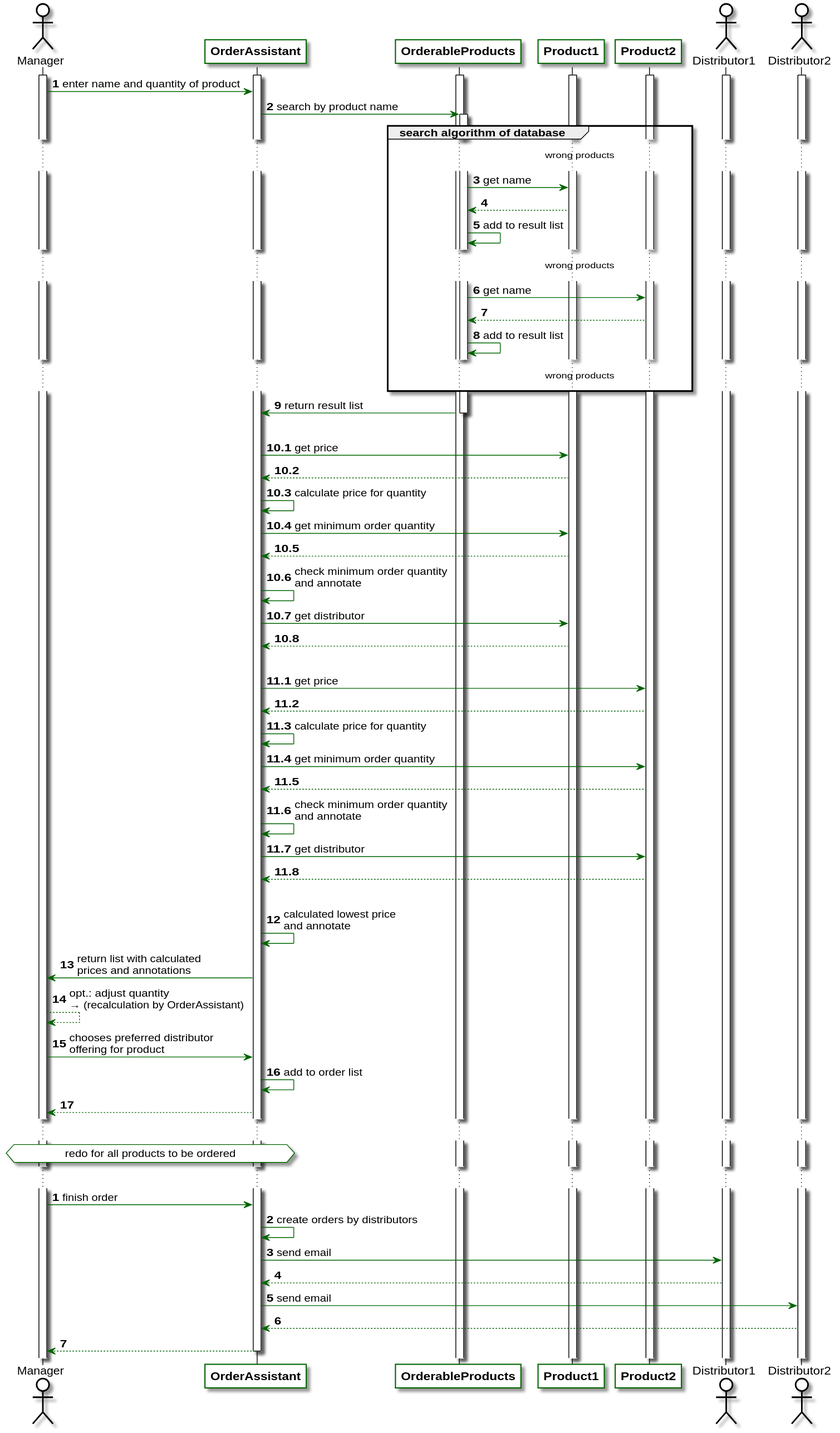
LimitlessGreen/swt18w43 keeps this PlantUML diagram as src/main/asciidoc/models/analysis/SequenceDiagrams/SequenceDiagram3.svg. Above is the earlier version.
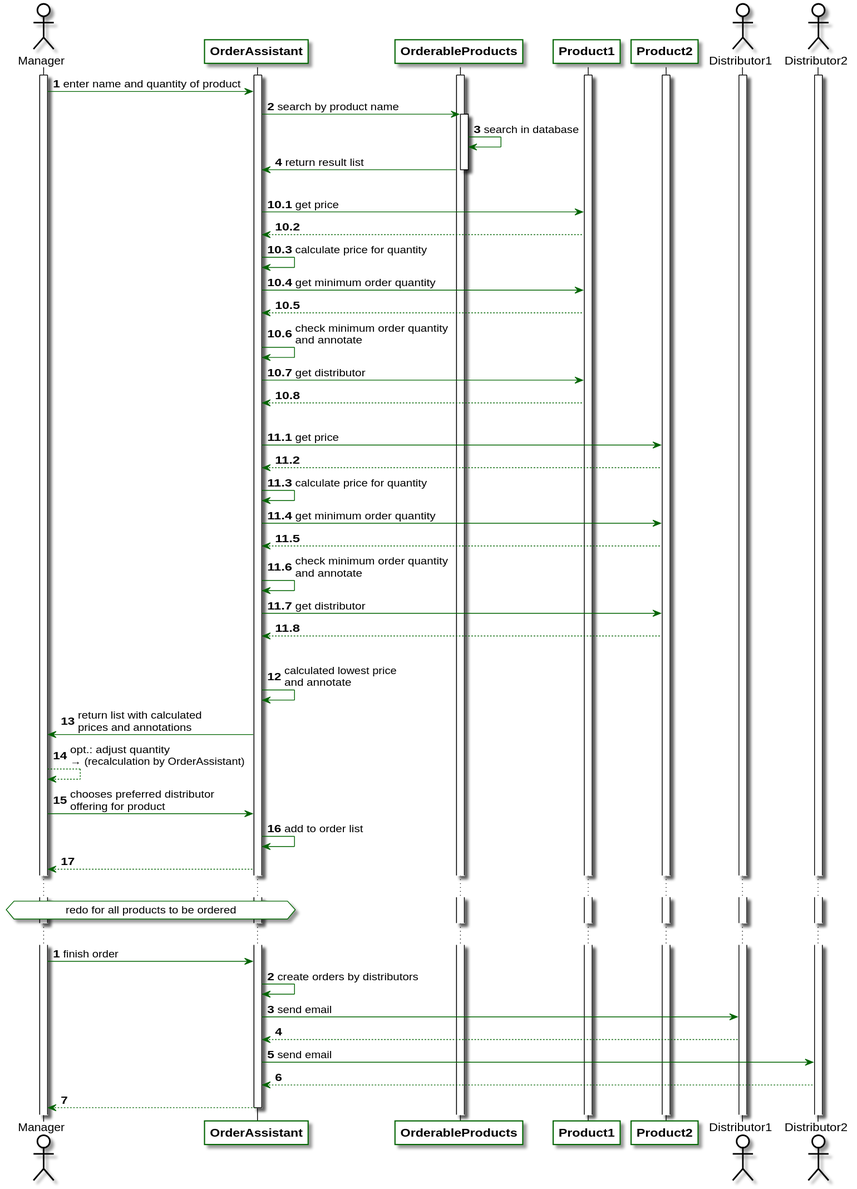
The same diagram one commit later.

Diff of the diagram source:
```diff
@@ -52,17 +52,9 @@
 Manager -> OrderAssistant: enter name and quantity of product
 OrderAssistant -> OrderableProducts: search by product name
 activate OrderableProducts
-group search algorithm of database
-    ...                                                                                                     wrong products...
-    OrderableProducts -> Product1: get name
-    OrderableProducts <-- Product1
-    OrderableProducts -> OrderableProducts: add to result list
-    ...                                                                                                     wrong products...
-    OrderableProducts -> Product2: get name
-    OrderableProducts <-- Product2
-    OrderableProducts -> OrderableProducts: add to result list
-    ...                                                                                                     wrong products...
-end
+
+OrderableProducts -> OrderableProducts: search in database
+
 OrderAssistant <- OrderableProducts: return result list
 deactivate OrderableProducts
 |||
```
